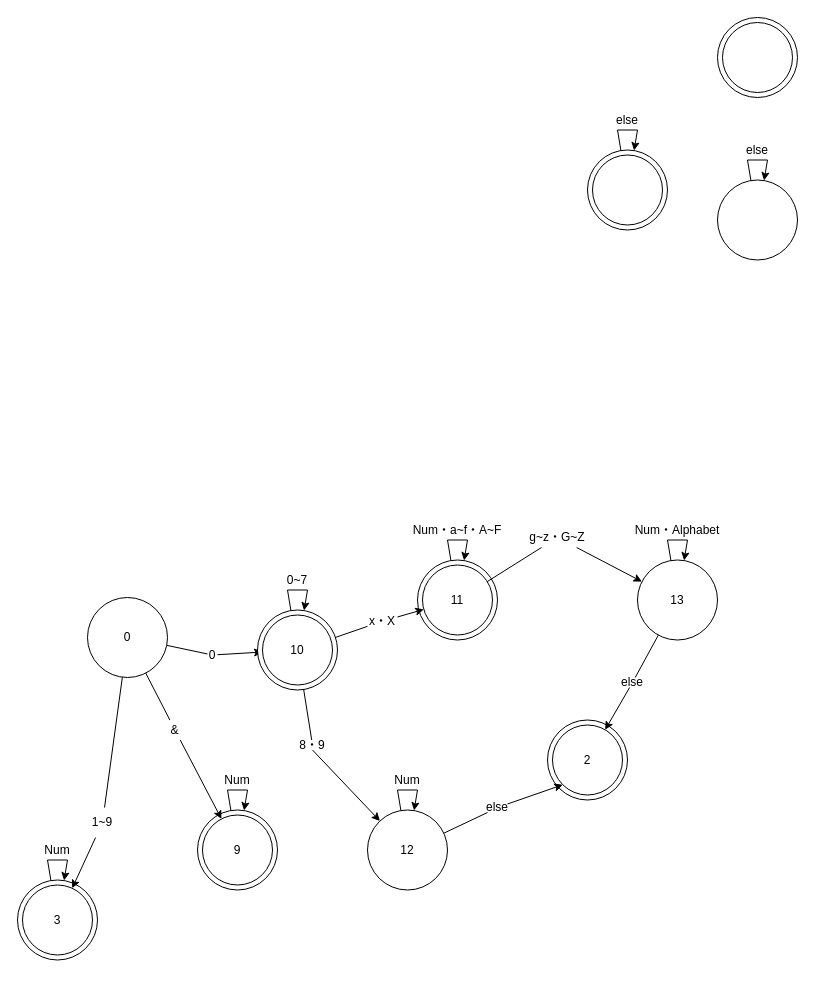
Before: page "Num・Address" (2 of 3) of 状態遷移図/実験2.drawio in ShimadaTakutoLuke/miniCV02forStudent, a draw.io diagram. Source tidied: cells renumbered, new cells numbered last; positions are measured from the earlier drawing's top-left corner, leaving out a move shared by most shapes. Both pictures are drawn from the tidied source at 100%, with x=0, y=0 at pixel (17, 17).
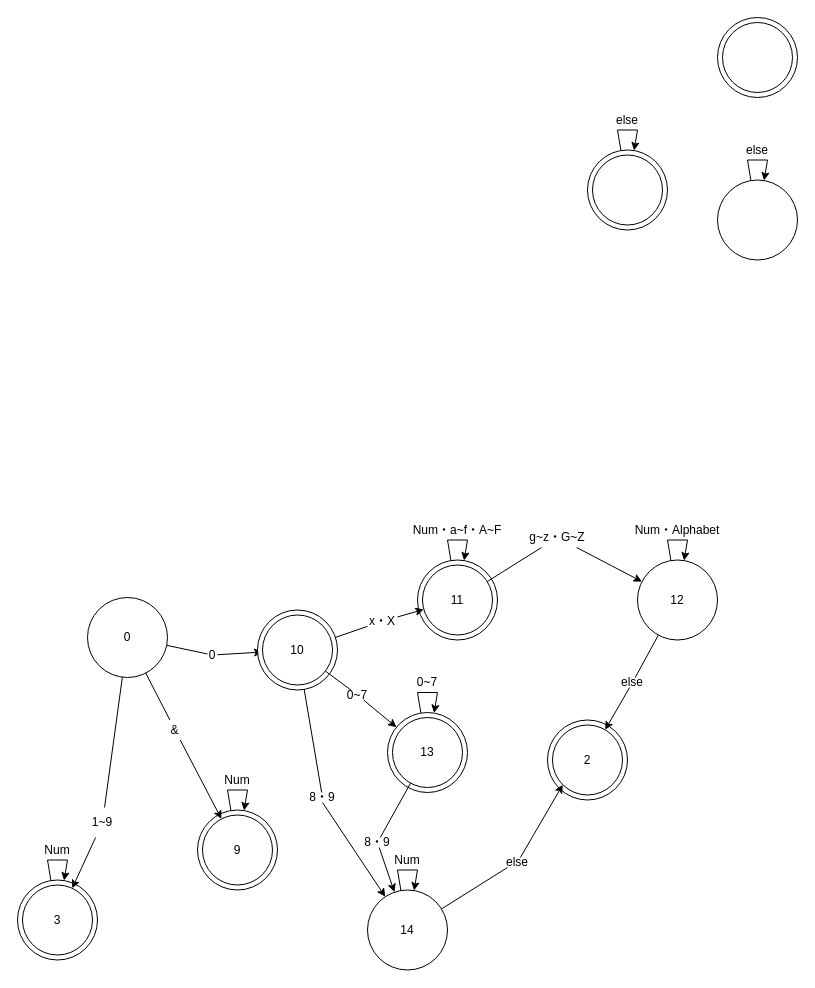
Above is the later version.

Commit message:
8進数の状態遷移図変更

The change refers to these unchanged cells:
```xml
<mxCell id="46" style="group;" parent="1" vertex="1">
  <mxGeometry x="620" y="500" width="110" height="122.5" as="geometry" />
</mxCell>
<mxCell id="58" style="group;" parent="1" vertex="1">
  <mxGeometry x="240" y="550" width="80" height="122.5" as="geometry" />
</mxCell>
<mxCell id="59" style="ellipse;whiteSpace=wrap;html=1;" parent="58" vertex="1">
  <mxGeometry y="42.5" width="80" height="80" as="geometry" />
</mxCell>
<mxCell id="62" value="10" style="ellipse;whiteSpace=wrap;html=1;" parent="58" vertex="1">
  <mxGeometry x="5" y="47.5" width="70" height="70" as="geometry" />
</mxCell>
```

Change to the diagram source:
```diff
@@
     <mxCell id="41" value="8・9" style="text;html=1;strokeColor=none;fillColor=none;align=center;verticalAlign=middle;whiteSpace=wrap;rounded=0;" parent="1" vertex="1">
-      <mxGeometry x="280" y="722.5" width="30" height="10" as="geometry" />
+      <mxGeometry x="290" y="775" width="30" height="10" as="geometry" />
     </mxCell>
@@
-    <mxCell id="47" value="13" style="ellipse;whiteSpace=wrap;html=1;" parent="46" vertex="1">
+    <mxCell id="47" value="12" style="ellipse;whiteSpace=wrap;html=1;" parent="46" vertex="1">
       <mxGeometry y="42.5" width="80" height="80" as="geometry" />
     </mxCell>
@@
-    <mxCell id="60" style="edgeStyle=none;rounded=0;orthogonalLoop=1;jettySize=auto;html=1;" parent="58" edge="1" source="59" target="59">
-      <mxGeometry relative="1" as="geometry">
-        <Array as="points">
-          <mxPoint x="30" y="22.5" />
-        </Array>
-      </mxGeometry>
-    </mxCell>
-    <mxCell id="61" value="0~7" style="text;html=1;strokeColor=none;fillColor=none;align=center;verticalAlign=middle;whiteSpace=wrap;rounded=0;" parent="58" vertex="1">
-      <mxGeometry x="25" width="30" height="25" as="geometry" />
-    </mxCell>
@@
     <mxCell id="63" style="group;" parent="1" vertex="1">
-      <mxGeometry x="350" y="750" width="80" height="122.5" as="geometry" />
+      <mxGeometry x="350" y="830" width="80" height="122.5" as="geometry" />
     </mxCell>
-    <mxCell id="64" value="12" style="ellipse;whiteSpace=wrap;html=1;" parent="63" vertex="1">
+    <mxCell id="64" value="14" style="ellipse;whiteSpace=wrap;html=1;" parent="63" vertex="1">
       <mxGeometry y="42.5" width="80" height="80" as="geometry" />
     </mxCell>
@@
     <mxCell id="68" value="else" style="text;html=1;strokeColor=none;fillColor=none;align=center;verticalAlign=middle;whiteSpace=wrap;rounded=0;" parent="1" vertex="1">
-      <mxGeometry x="470" y="785" width="20" height="10" as="geometry" />
+      <mxGeometry x="490" y="840" width="20" height="10" as="geometry" />
     </mxCell>
@@
+    <mxCell id="70" style="edgeStyle=none;rounded=0;jettySize=auto;html=1;startArrow=none;" parent="1" edge="1" source="71" target="74">
+      <mxGeometry relative="1" as="geometry" />
+    </mxCell>
+    <mxCell id="71" value="0~7" style="text;html=1;strokeColor=none;fillColor=none;align=center;verticalAlign=middle;whiteSpace=wrap;rounded=0;" parent="1" vertex="1">
+      <mxGeometry x="330" y="672.5" width="20" height="10" as="geometry" />
+    </mxCell>
+    <mxCell id="72" style="edgeStyle=none;rounded=0;jettySize=auto;html=1;endArrow=none;" parent="1" edge="1" source="62" target="71">
+      <mxGeometry relative="1" as="geometry" />
+    </mxCell>
+    <mxCell id="73" style="group;" parent="1" vertex="1">
+      <mxGeometry x="370" y="652.5" width="80" height="122.5" as="geometry" />
+    </mxCell>
+    <mxCell id="74" style="ellipse;whiteSpace=wrap;html=1;" parent="73" vertex="1">
+      <mxGeometry y="42.5" width="80" height="80" as="geometry" />
+    </mxCell>
+    <mxCell id="75" style="edgeStyle=none;rounded=0;orthogonalLoop=1;jettySize=auto;html=1;" parent="73" edge="1" source="74" target="74">
+      <mxGeometry relative="1" as="geometry">
+        <Array as="points">
+          <mxPoint x="30" y="22.5" />
+        </Array>
+      </mxGeometry>
+    </mxCell>
+    <mxCell id="61" value="0~7" style="text;html=1;strokeColor=none;fillColor=none;align=center;verticalAlign=middle;whiteSpace=wrap;rounded=0;" parent="73" vertex="1">
+      <mxGeometry x="25" width="30" height="25" as="geometry" />
+    </mxCell>
+    <mxCell id="76" value="13" style="ellipse;whiteSpace=wrap;html=1;" parent="73" vertex="1">
+      <mxGeometry x="5" y="47.5" width="70" height="70" as="geometry" />
+    </mxCell>
+    <mxCell id="77" style="edgeStyle=none;rounded=0;jettySize=auto;html=1;startArrow=none;" parent="1" edge="1" source="78" target="64">
+      <mxGeometry relative="1" as="geometry" />
+    </mxCell>
+    <mxCell id="78" value="8・9" style="text;html=1;strokeColor=none;fillColor=none;align=center;verticalAlign=middle;whiteSpace=wrap;rounded=0;" parent="1" vertex="1">
+      <mxGeometry x="345" y="820" width="30" height="10" as="geometry" />
+    </mxCell>
+    <mxCell id="79" style="edgeStyle=none;rounded=0;jettySize=auto;html=1;endArrow=none;" parent="1" edge="1" source="76" target="78">
+      <mxGeometry relative="1" as="geometry" />
+    </mxCell>
```
